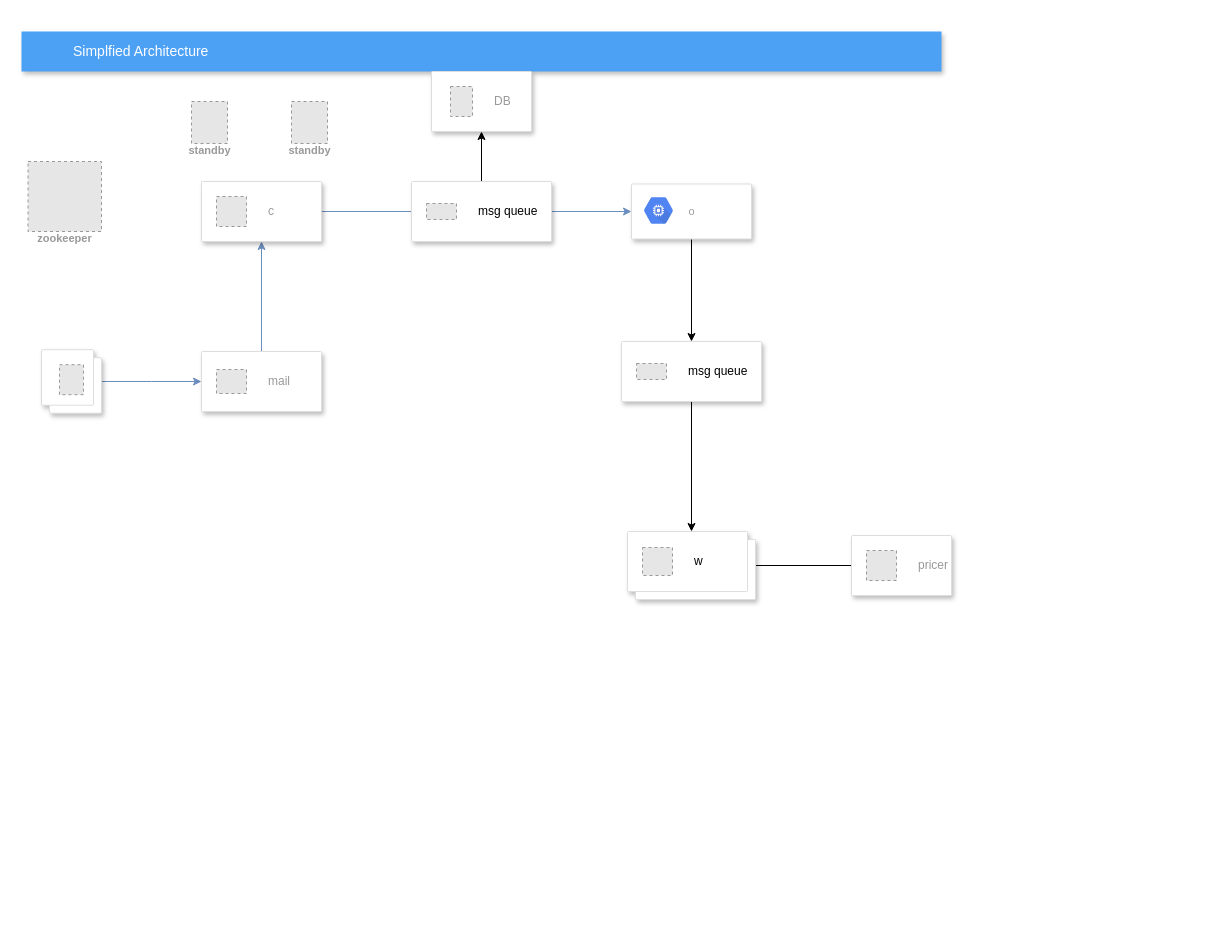
wskardelsharpeye/jwt-oauth2 keeps this draw.io diagram as v.drawio. Above is the earlier version. Source tidied: cells renumbered, new cells numbered last; positions are measured from the earlier drawing's top-left corner, leaving out a move shared by most shapes. Both pictures are drawn from the tidied source at 100%, with x=0, y=0 at pixel (21, 31). Pictures stored in the file or linked from it are replaced by grey dashed boxes.
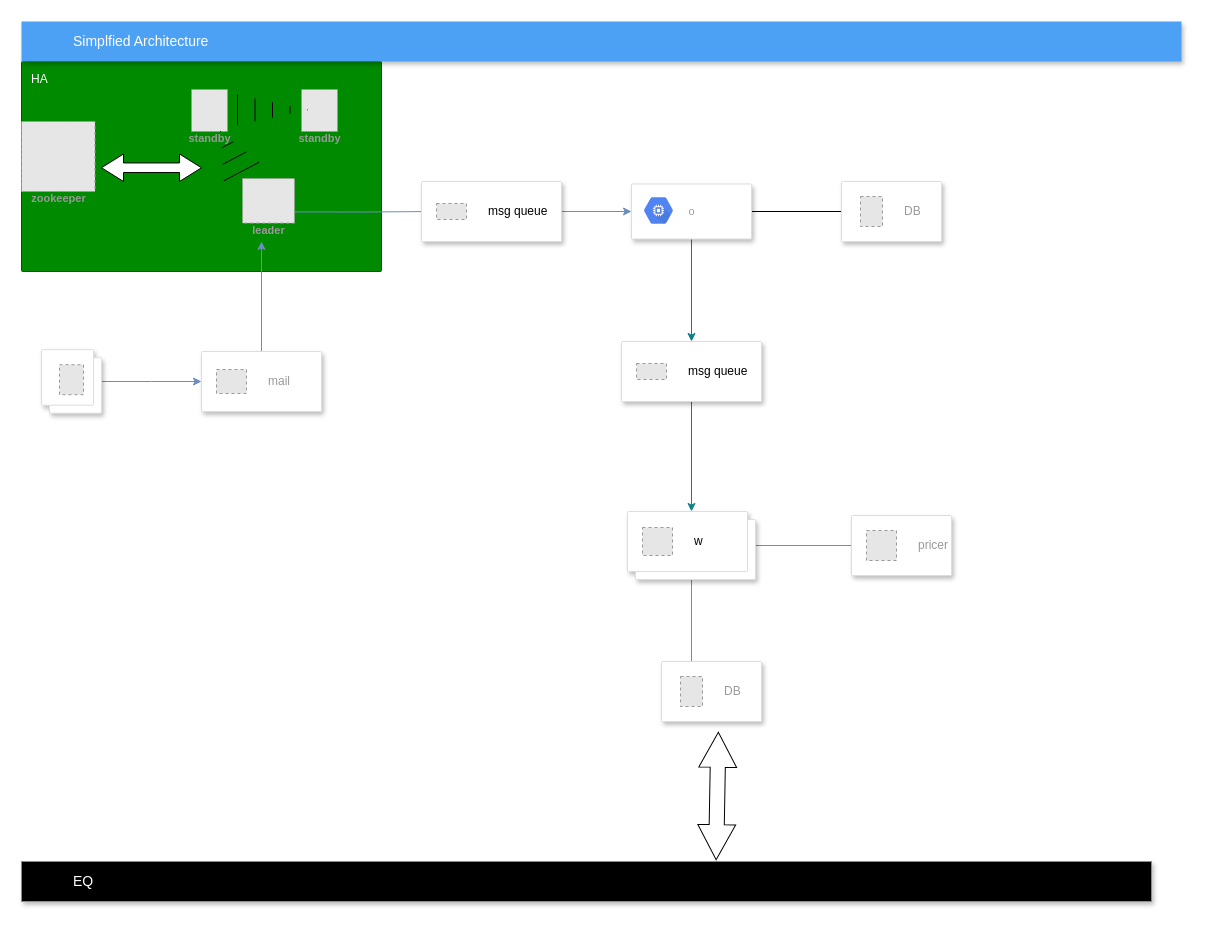
The same diagram, later.

The change refers to these unchanged cells:
```xml
<mxCell id="4" value="o" style="strokeColor=#dddddd;fillColor=#ffffff;shadow=1;strokeWidth=1;rounded=1;absoluteArcSize=1;arcSize=2;fontSize=11;fontColor=#9E9E9E;align=center;html=1;" parent="1" vertex="1">
  <mxGeometry x="610" y="152.5" width="120" height="55" as="geometry" />
</mxCell>
<mxCell id="10" style="strokeColor=#dddddd;shadow=1;strokeWidth=1;rounded=1;absoluteArcSize=1;arcSize=2;" parent="1" vertex="1">
  <mxGeometry x="180" y="320" width="120" height="60" as="geometry" />
</mxCell>
<mxCell id="19" value="&lt;font color=&quot;#000000&quot;&gt;msg queue&lt;/font&gt;" style="fillColor=#E6E6E6;strokeColor=#999999;dashed=1;html=1;fontColor=#999999;verticalLabelPosition=middle;labelBackgroundColor=#ffffff;verticalAlign=middle;labelPosition=right;align=left;spacingLeft=20;" parent="18" vertex="1">
  <mxGeometry width="30" height="16" relative="1" as="geometry">
    <mxPoint x="15" y="22" as="offset" />
  </mxGeometry>
</mxCell>
<mxCell id="24" value="DB" style="fillColor=#E6E6E6;strokeColor=#999999;dashed=1;html=1;fontColor=#999999;verticalLabelPosition=middle;labelBackgroundColor=#ffffff;verticalAlign=middle;labelPosition=right;align=left;spacingLeft=20;" parent="23" vertex="1">
  <mxGeometry width="22" height="30" relative="1" as="geometry">
    <mxPoint x="19" y="15" as="offset" />
  </mxGeometry>
</mxCell>
<mxCell id="26" value="pricer" style="fillColor=#E6E6E6;strokeColor=#999999;dashed=1;html=1;fontColor=#999999;verticalLabelPosition=middle;labelBackgroundColor=#ffffff;verticalAlign=middle;labelPosition=right;align=left;spacingLeft=20;" parent="25" vertex="1">
  <mxGeometry width="30" height="30" relative="1" as="geometry">
    <mxPoint x="15" y="15" as="offset" />
  </mxGeometry>
</mxCell>
<mxCell id="28" style="strokeColor=#dddddd;shadow=1;strokeWidth=1;rounded=1;absoluteArcSize=1;arcSize=2;" parent="1" vertex="1">
  <mxGeometry x="600" y="310" width="140" height="60" as="geometry" />
</mxCell>
```

What changed in the source:
```diff
@@
+    <mxCell id="33" value="HA" style="sketch=0;rounded=1;absoluteArcSize=1;arcSize=2;html=1;strokeColor=#005700;shadow=0;dashed=0;fontSize=12;align=left;verticalAlign=top;spacing=10;spacingTop=-4;whiteSpace=wrap;fillColor=#008a00;fontColor=#ffffff;" parent="1" vertex="1">
+      <mxGeometry y="30" width="360" height="210" as="geometry" />
+    </mxCell>
     <mxCell id="2" value="Simplfied Architecture" style="fillColor=#4DA1F5;strokeColor=none;shadow=1;gradientColor=none;fontSize=14;align=left;spacingLeft=50;fontColor=#ffffff;html=1;" parent="1" vertex="1">
-      <mxGeometry width="920" height="40" as="geometry" />
+      <mxGeometry y="-10" width="1160" height="40" as="geometry" />
     </mxCell>
-    <mxCell id="3" style="edgeStyle=orthogonalEdgeStyle;rounded=0;jettySize=auto;html=1;" parent="1" edge="1" source="4" target="28">
+    <mxCell id="3" style="edgeStyle=orthogonalEdgeStyle;rounded=0;jettySize=auto;html=1;fillColor=#b0e3e6;strokeColor=#0e8088;" parent="1" edge="1" source="4" target="28">
       <mxGeometry relative="1" as="geometry" />
     </mxCell>
+    <mxCell id="34" style="edgeStyle=orthogonalEdgeStyle;rounded=0;jettySize=auto;html=1;" parent="1" edge="1" source="4" target="24">
+      <mxGeometry relative="1" as="geometry" />
+    </mxCell>
@@
-    <mxCell id="9" style="edgeStyle=orthogonalEdgeStyle;rounded=0;jettySize=auto;html=1;fillColor=#dae8fc;strokeColor=#6c8ebf;" parent="1" edge="1" source="10" target="14">
-      <mxGeometry relative="1" as="geometry" />
+    <mxCell id="9" style="edgeStyle=orthogonalEdgeStyle;rounded=0;jettySize=auto;html=1;fillColor=#dae8fc;strokeColor=#6c8ebf;" parent="1" edge="1" source="10">
+      <mxGeometry relative="1" as="geometry">
+        <mxPoint x="240" y="210" as="targetPoint" />
+      </mxGeometry>
     </mxCell>
@@
-    <mxCell id="12" style="edgeStyle=orthogonalEdgeStyle;rounded=0;jettySize=auto;html=1;" parent="1" edge="1" source="14" target="19">
-      <mxGeometry relative="1" as="geometry" />
-    </mxCell>
-    <mxCell id="13" style="edgeStyle=orthogonalEdgeStyle;rounded=0;jettySize=auto;html=1;fillColor=#dae8fc;strokeColor=#6c8ebf;" parent="1" edge="1" source="14" target="19">
+    <mxCell id="13" style="edgeStyle=orthogonalEdgeStyle;rounded=0;jettySize=auto;html=1;fillColor=#dae8fc;strokeColor=#6c8ebf;exitX=1;exitY=0.75;exitDx=0;exitDy=0;" parent="1" edge="1" source="36" target="19">
       <mxGeometry relative="1" as="geometry" />
     </mxCell>
-    <mxCell id="14" style="strokeColor=#dddddd;shadow=1;strokeWidth=1;rounded=1;absoluteArcSize=1;arcSize=2;" parent="1" vertex="1">
-      <mxGeometry x="180" y="150" width="120" height="60" as="geometry" />
-    </mxCell>
-    <mxCell id="15" value="c" style="fillColor=#E6E6E6;strokeColor=#999999;dashed=1;html=1;fontColor=#999999;verticalLabelPosition=middle;labelBackgroundColor=#ffffff;verticalAlign=middle;labelPosition=right;align=left;spacingLeft=20;" parent="14" vertex="1">
-      <mxGeometry width="30" height="30" relative="1" as="geometry">
-        <mxPoint x="15" y="15" as="offset" />
-      </mxGeometry>
-    </mxCell>
@@
-    <mxCell id="17" style="edgeStyle=orthogonalEdgeStyle;rounded=0;jettySize=auto;html=1;entryX=0.5;entryY=1;entryDx=0;entryDy=0;" parent="1" edge="1" source="18" target="23">
-      <mxGeometry relative="1" as="geometry" />
-    </mxCell>
     <mxCell id="18" style="strokeColor=#dddddd;shadow=1;strokeWidth=1;rounded=1;absoluteArcSize=1;arcSize=2;" parent="1" vertex="1">
-      <mxGeometry x="390" y="150" width="140" height="60" as="geometry" />
+      <mxGeometry x="400" y="150" width="140" height="60" as="geometry" />
     </mxCell>
@@
-    <mxCell id="20" style="edgeStyle=orthogonalEdgeStyle;rounded=0;jettySize=auto;html=1;" parent="1" edge="1" source="21" target="26">
+    <mxCell id="20" style="edgeStyle=orthogonalEdgeStyle;rounded=0;jettySize=auto;html=1;fillColor=#dae8fc;strokeColor=#6c8ebf;" parent="1" edge="1" source="21" target="26">
       <mxGeometry relative="1" as="geometry" />
     </mxCell>
+    <mxCell id="35" style="edgeStyle=orthogonalEdgeStyle;rounded=0;jettySize=auto;html=1;fillColor=#dae8fc;strokeColor=#6c8ebf;" parent="1" edge="1" source="21" target="41">
+      <mxGeometry relative="1" as="geometry" />
+    </mxCell>
     <mxCell id="21" style="shape=mxgraph.gcp2.doubleRect;strokeColor=#dddddd;shadow=1;strokeWidth=1;rounded=1;absoluteArcSize=1;arcSize=2;" parent="1" vertex="1">
-      <mxGeometry x="606" y="500" width="128" height="68" as="geometry" />
+      <mxGeometry x="606" y="480" width="128" height="68" as="geometry" />
     </mxCell>
@@
     <mxCell id="23" style="strokeColor=#dddddd;shadow=1;strokeWidth=1;rounded=1;absoluteArcSize=1;arcSize=2;" parent="1" vertex="1">
-      <mxGeometry x="410" y="40" width="100" height="60" as="geometry" />
+      <mxGeometry x="820" y="150" width="100" height="60" as="geometry" />
     </mxCell>
@@
     <mxCell id="25" style="strokeColor=#dddddd;shadow=1;strokeWidth=1;rounded=1;absoluteArcSize=1;arcSize=2;" parent="1" vertex="1">
-      <mxGeometry x="830" y="504" width="100" height="60" as="geometry" />
+      <mxGeometry x="830" y="484" width="100" height="60" as="geometry" />
     </mxCell>
@@
-    <mxCell id="27" style="edgeStyle=orthogonalEdgeStyle;rounded=0;jettySize=auto;html=1;entryX=0.5;entryY=0;entryDx=0;entryDy=0;" parent="1" edge="1" source="28" target="21">
+    <mxCell id="27" style="edgeStyle=orthogonalEdgeStyle;rounded=0;jettySize=auto;html=1;entryX=0.5;entryY=0;entryDx=0;entryDy=0;fillColor=#b0e3e6;strokeColor=#0e8088;" parent="1" edge="1" source="28" target="21">
       <mxGeometry relative="1" as="geometry" />
     </mxCell>
@@
     <mxCell id="30" value="standby" style="fillColor=#E6E6E6;strokeColor=#999999;dashed=1;html=1;verticalAlign=top;labelPosition=center;verticalLabelPosition=bottom;align=center;spacingTop=-6;fontSize=11;fontStyle=1;fontColor=#999999;" parent="1" vertex="1">
-      <mxGeometry x="170" y="70" width="36" height="42" as="geometry" />
+      <mxGeometry x="170" y="58" width="36" height="42" as="geometry" />
     </mxCell>
     <mxCell id="31" value="standby" style="fillColor=#E6E6E6;strokeColor=#999999;dashed=1;html=1;verticalAlign=top;labelPosition=center;verticalLabelPosition=bottom;align=center;spacingTop=-6;fontSize=11;fontStyle=1;fontColor=#999999;" parent="1" vertex="1">
-      <mxGeometry x="270" y="70" width="36" height="42" as="geometry" />
+      <mxGeometry x="280" y="58" width="36" height="42" as="geometry" />
     </mxCell>
     <mxCell id="32" value="zookeeper" style="fillColor=#E6E6E6;strokeColor=#999999;dashed=1;html=1;verticalAlign=top;labelPosition=center;verticalLabelPosition=bottom;align=center;spacingTop=-6;fontSize=11;fontStyle=1;fontColor=#999999;" parent="1" vertex="1">
-      <mxGeometry x="6.5" y="130" width="73.5" height="70" as="geometry" />
+      <mxGeometry y="90" width="73.5" height="70" as="geometry" />
     </mxCell>
+    <mxCell id="36" value="leader" style="fillColor=#E6E6E6;strokeColor=#999999;dashed=1;html=1;verticalAlign=top;labelPosition=center;verticalLabelPosition=bottom;align=center;spacingTop=-6;fontSize=11;fontStyle=1;fontColor=#999999;" parent="1" vertex="1">
+      <mxGeometry x="221" y="147" width="52" height="44.6" as="geometry" />
+    </mxCell>
+    <mxCell id="37" style="shape=mxgraph.arrows2.wedgeArrowDashed2;html=1;startWidth=15.294117647058826;stepSize=15;rounded=0;" parent="1" edge="1">
+      <mxGeometry relative="1" as="geometry">
+        <mxPoint x="216" y="78.4" as="sourcePoint" />
+        <mxPoint x="286" y="78.4" as="targetPoint" />
+      </mxGeometry>
+    </mxCell>
+    <mxCell id="38" style="shape=mxgraph.arrows2.wedgeArrowDashed2;html=1;startWidth=20;stepSize=15;rounded=0;" parent="1" edge="1" target="30">
+      <mxGeometry relative="1" as="geometry">
+        <mxPoint x="220" y="140" as="sourcePoint" />
+      </mxGeometry>
+    </mxCell>
+    <mxCell id="39" style="html=1;shadow=0;dashed=0;align=center;verticalAlign=middle;shape=mxgraph.arrows2.twoWayArrow;dy=0.65;dx=22;rotation=0;" parent="1" vertex="1">
+      <mxGeometry x="80" y="122.5" width="100" height="27.5" as="geometry" />
+    </mxCell>
+    <mxCell id="40" style="strokeColor=#dddddd;shadow=1;strokeWidth=1;rounded=1;absoluteArcSize=1;arcSize=2;" parent="1" vertex="1">
+      <mxGeometry x="640" y="630" width="100" height="60" as="geometry" />
+    </mxCell>
+    <mxCell id="41" value="DB" style="fillColor=#E6E6E6;strokeColor=#999999;dashed=1;html=1;fontColor=#999999;verticalLabelPosition=middle;labelBackgroundColor=#ffffff;verticalAlign=middle;labelPosition=right;align=left;spacingLeft=20;" parent="40" vertex="1">
+      <mxGeometry width="22" height="30" relative="1" as="geometry">
+        <mxPoint x="19" y="15" as="offset" />
+      </mxGeometry>
+    </mxCell>
+    <mxCell id="42" value="&lt;font color=&quot;#ffffff&quot;&gt;EQ&lt;/font&gt;" style="fillColor=#000000;strokeColor=#B09500;shadow=1;fontSize=14;align=left;spacingLeft=50;whiteSpace=wrap;html=1;fontColor=#000000;" parent="1" vertex="1">
+      <mxGeometry y="830" width="1130" height="40" as="geometry" />
+    </mxCell>
+    <mxCell id="43" style="html=1;shadow=0;dashed=0;align=center;verticalAlign=middle;shape=mxgraph.arrows2.twoWayArrow;dy=0.6;dx=35;rotation=91;" parent="1" vertex="1">
+      <mxGeometry x="632" y="745.6" width="127.5" height="37.8" as="geometry" />
+    </mxCell>
```
